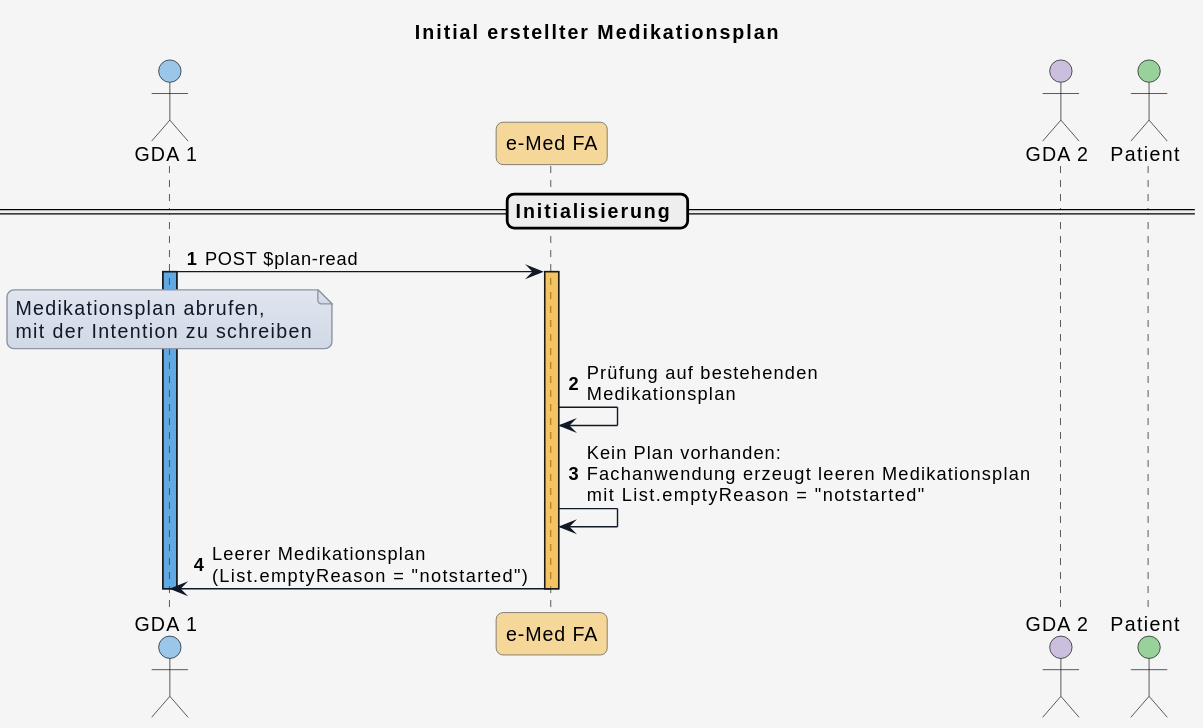
Earlier version of the PlantUML export r4-ELGA-e-Medikation-main/plantuml/UC_eMed_06_01.svg (HL7Austria/hl7austria.github.io).
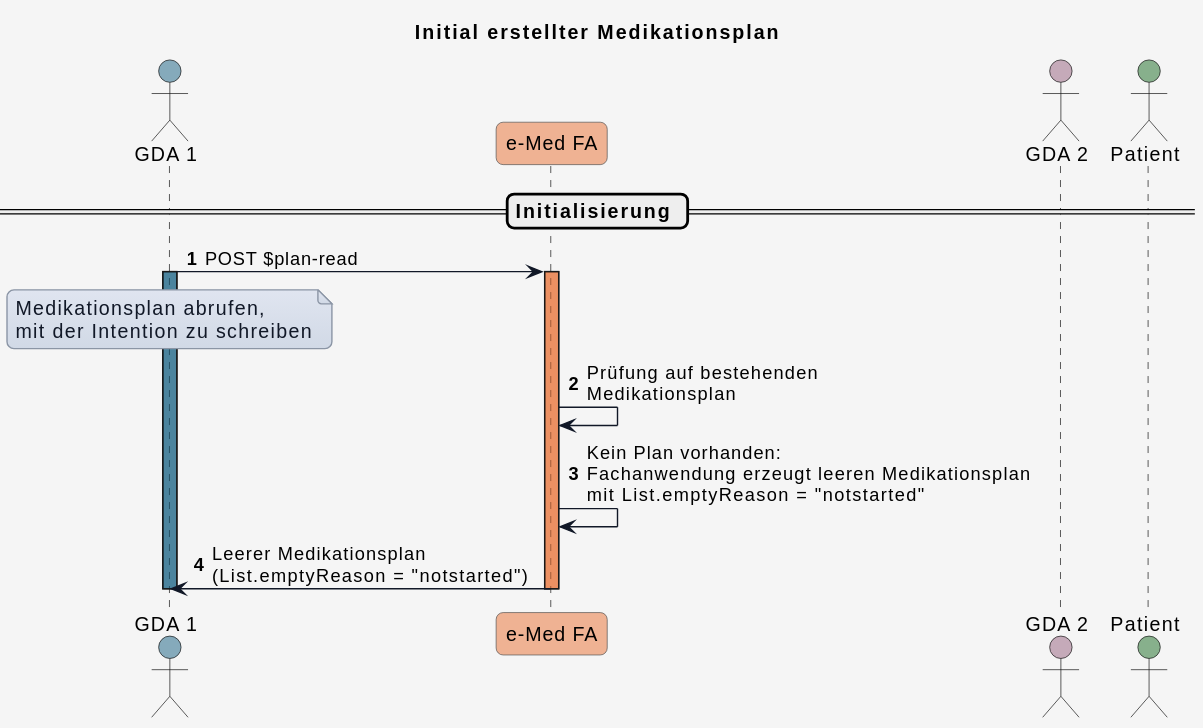
Later version of the same file.

Diff of the diagram source:
```diff
@@ -1,5 +1,6 @@
 @startuml
 title Initial erstellter Medikationsplan
+
 
 skinparam borderColor #000000
 skinparam backgroundColor #f5f5f5
@@ -38,15 +39,15 @@
   GroupBorderThickness 2
 }
 
-!define COLOR_GDA_1    #0078D460
-!define COLOR_GDA_2    #8764B860
-!define COLOR_PATIENT  #00950560
-!define COLOR_APO      #00B7C360
-!define COLOR_EMED_FA  #f5a40360
-!define COLOR_E_REZEPT #E7485660
+!define COLOR_GDA_1    #15608280
+!define COLOR_GDA_2    #96607D80
+!define COLOR_PATIENT  #196B2480
+!define COLOR_APO      #0F9ED590
+!define COLOR_EMED_FA  #E9713280
+!define COLOR_E_REZEPT #C0504D80
 
-!define COLOR_OK       #50E6FF25
-!define COLOR_ERROR    #FF8C0035
+!define COLOR_OK       #0F9ED525
+!define COLOR_ERROR    #E9713235
 
 actor GDA_1 as "GDA 1" COLOR_GDA_1
 participant eMed_FA as "e-Med FA" COLOR_EMED_FA
```
